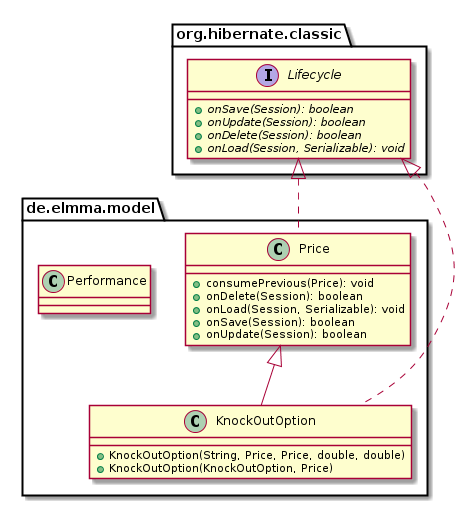
swillrich/eimma keeps this PlantUML diagram as elmma/elmma-model/diagrams/de.elmma.model.package.png. Above is the earlier version.
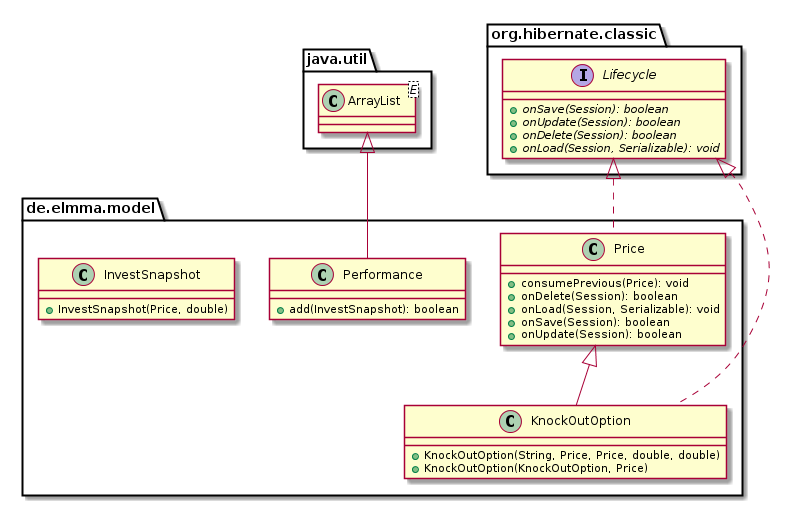
Above is the later version.

Change to the diagram source:
```diff
@@ -13,12 +13,18 @@
 
         class Performance {
             [[../../../de/elmma/model/Performance.html]]
+            +add(InvestSnapshot): boolean
         }
 
         class KnockOutOption {
             [[../../../de/elmma/model/KnockOutOption.html]]
             +KnockOutOption(String, Price, Price, double, double)
             +KnockOutOption(KnockOutOption, Price)
+        }
+
+        class InvestSnapshot {
+            [[../../../de/elmma/model/InvestSnapshot.html]]
+            +InvestSnapshot(Price, double)
         }
 
         interface org.hibernate.classic.Lifecycle {
@@ -29,6 +35,9 @@
         }
         org.hibernate.classic.Lifecycle <|.. Price
 
+        class java.util.ArrayList<E>
+        java.util.ArrayList <|-- Performance
+
         Price <|-- KnockOutOption
 
         org.hibernate.classic.Lifecycle <|.. KnockOutOption
```
